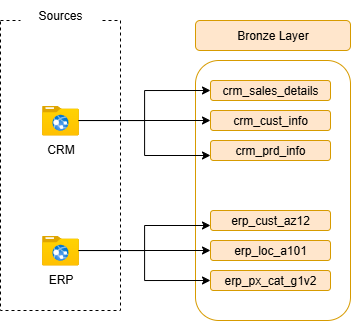
The draw.io diagram docs/Data_Flow_Diagram.drawio.png in SankaiAI/Data-Engineering-Projects, before a commit. Source tidied: cells renumbered, new cells last; positions are measured from the earlier drawing's top-left corner, leaving out a move shared by most shapes.
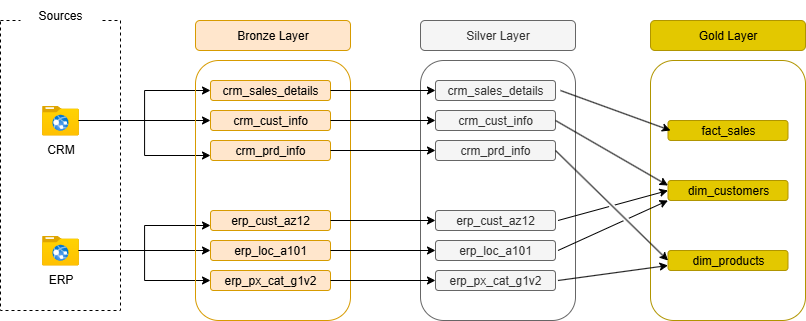
Above is the later version.

Diff of the diagram source:
```diff
@@ -14,47 +14,137 @@
     <mxCell id="5" value="ERP" style="image;html=1;points=[];align=center;fontSize=12;image=img/lib/azure2/general/Folder_Website.svg;" parent="1" vertex="1">
       <mxGeometry x="41.8" y="235" width="36.4" height="30" as="geometry" />
     </mxCell>
+    <mxCell id="14" style="edgeStyle=orthogonalEdgeStyle;rounded=0;jettySize=auto;html=1;entryX=0;entryY=0.75;entryDx=0;entryDy=0;" parent="1" edge="1" source="4" target="10">
+      <mxGeometry relative="1" as="geometry" />
+    </mxCell>
+    <mxCell id="15" style="edgeStyle=orthogonalEdgeStyle;rounded=0;jettySize=auto;html=1;entryX=0;entryY=0.5;entryDx=0;entryDy=0;" parent="1" edge="1" source="4" target="9">
+      <mxGeometry relative="1" as="geometry" />
+    </mxCell>
+    <mxCell id="16" style="edgeStyle=orthogonalEdgeStyle;rounded=0;jettySize=auto;html=1;entryX=0;entryY=0.5;entryDx=0;entryDy=0;" parent="1" edge="1" source="4" target="8">
+      <mxGeometry relative="1" as="geometry" />
+    </mxCell>
+    <mxCell id="17" style="edgeStyle=orthogonalEdgeStyle;rounded=0;jettySize=auto;html=1;entryX=0;entryY=0.75;entryDx=0;entryDy=0;" parent="1" edge="1" source="5" target="11">
+      <mxGeometry relative="1" as="geometry" />
+    </mxCell>
+    <mxCell id="18" style="edgeStyle=orthogonalEdgeStyle;rounded=0;jettySize=auto;html=1;entryX=0;entryY=0.5;entryDx=0;entryDy=0;" parent="1" edge="1" source="5" target="12">
+      <mxGeometry relative="1" as="geometry" />
+    </mxCell>
+    <mxCell id="19" style="edgeStyle=orthogonalEdgeStyle;rounded=0;jettySize=auto;html=1;entryX=0;entryY=0.5;entryDx=0;entryDy=0;" parent="1" edge="1" source="5" target="13">
+      <mxGeometry relative="1" as="geometry" />
+    </mxCell>
+    <mxCell id="20" style="group;" parent="1" vertex="1">
+      <mxGeometry x="195" y="20" width="155" height="300" as="geometry" />
+    </mxCell>
-    <mxCell id="6" value="Bronze Layer" style="rounded=1;whiteSpace=wrap;html=1;fillColor=#ffe6cc;strokeColor=#d79b00;" parent="1" vertex="1">
-      <mxGeometry x="195" y="20" width="155" height="30" as="geometry" />
+    <mxCell id="6" value="Bronze Layer" style="rounded=1;whiteSpace=wrap;html=1;fillColor=#ffe6cc;strokeColor=#d79b00;" parent="20" vertex="1">
+      <mxGeometry width="155" height="30" as="geometry" />
     </mxCell>
-    <mxCell id="7" style="rounded=1;whiteSpace=wrap;html=1;fillColor=none;strokeColor=#d79b00;" parent="1" vertex="1">
-      <mxGeometry x="195" y="60" width="155" height="260" as="geometry" />
+    <mxCell id="7" style="rounded=1;whiteSpace=wrap;html=1;fillColor=none;strokeColor=#d79b00;" parent="20" vertex="1">
+      <mxGeometry y="40" width="155" height="260" as="geometry" />
     </mxCell>
-    <mxCell id="8" value="crm_sales_details" style="rounded=1;whiteSpace=wrap;html=1;fillColor=#ffe6cc;strokeColor=#d79b00;" parent="1" vertex="1">
-      <mxGeometry x="210" y="80" width="120" height="20" as="geometry" />
+    <mxCell id="8" value="crm_sales_details" style="rounded=1;whiteSpace=wrap;html=1;fillColor=#ffe6cc;strokeColor=#d79b00;" parent="20" vertex="1">
+      <mxGeometry x="15" y="60" width="120" height="20" as="geometry" />
     </mxCell>
-    <mxCell id="9" value="crm_cust_info" style="rounded=1;whiteSpace=wrap;html=1;fillColor=#ffe6cc;strokeColor=#d79b00;" parent="1" vertex="1">
-      <mxGeometry x="210" y="110" width="120" height="20" as="geometry" />
+    <mxCell id="9" value="crm_cust_info" style="rounded=1;whiteSpace=wrap;html=1;fillColor=#ffe6cc;strokeColor=#d79b00;" parent="20" vertex="1">
+      <mxGeometry x="15" y="90" width="120" height="20" as="geometry" />
     </mxCell>
-    <mxCell id="10" value="crm_prd_info" style="rounded=1;whiteSpace=wrap;html=1;fillColor=#ffe6cc;strokeColor=#d79b00;" parent="1" vertex="1">
-      <mxGeometry x="210" y="140" width="120" height="20" as="geometry" />
+    <mxCell id="10" value="crm_prd_info" style="rounded=1;whiteSpace=wrap;html=1;fillColor=#ffe6cc;strokeColor=#d79b00;" parent="20" vertex="1">
+      <mxGeometry x="15" y="120" width="120" height="20" as="geometry" />
     </mxCell>
-    <mxCell id="11" value="erp_cust_az12" style="rounded=1;whiteSpace=wrap;html=1;fillColor=#ffe6cc;strokeColor=#d79b00;" parent="1" vertex="1">
-      <mxGeometry x="210" y="210" width="120" height="20" as="geometry" />
+    <mxCell id="11" value="erp_cust_az12" style="rounded=1;whiteSpace=wrap;html=1;fillColor=#ffe6cc;strokeColor=#d79b00;" parent="20" vertex="1">
+      <mxGeometry x="15" y="190" width="120" height="20" as="geometry" />
     </mxCell>
-    <mxCell id="12" value="erp_loc_a101" style="rounded=1;whiteSpace=wrap;html=1;fillColor=#ffe6cc;strokeColor=#d79b00;" parent="1" vertex="1">
-      <mxGeometry x="210" y="240" width="120" height="20" as="geometry" />
+    <mxCell id="12" value="erp_loc_a101" style="rounded=1;whiteSpace=wrap;html=1;fillColor=#ffe6cc;strokeColor=#d79b00;" parent="20" vertex="1">
+      <mxGeometry x="15" y="220" width="120" height="20" as="geometry" />
     </mxCell>
-    <mxCell id="13" value="erp_px_cat_g1v2" style="rounded=1;whiteSpace=wrap;html=1;fillColor=#ffe6cc;strokeColor=#d79b00;" parent="1" vertex="1">
-      <mxGeometry x="210" y="270" width="120" height="20" as="geometry" />
+    <mxCell id="13" value="erp_px_cat_g1v2" style="rounded=1;whiteSpace=wrap;html=1;fillColor=#ffe6cc;strokeColor=#d79b00;" parent="20" vertex="1">
+      <mxGeometry x="15" y="250" width="120" height="20" as="geometry" />
     </mxCell>
-    <mxCell id="14" style="edgeStyle=orthogonalEdgeStyle;rounded=0;jettySize=auto;html=1;entryX=0;entryY=0.75;entryDx=0;entryDy=0;" parent="1" edge="1" source="4" target="10">
-      <mxGeometry relative="1" as="geometry" />
-    </mxCell>
-    <mxCell id="15" style="edgeStyle=orthogonalEdgeStyle;rounded=0;jettySize=auto;html=1;entryX=0;entryY=0.5;entryDx=0;entryDy=0;" parent="1" edge="1" source="4" target="9">
-      <mxGeometry relative="1" as="geometry" />
-    </mxCell>
-    <mxCell id="16" style="edgeStyle=orthogonalEdgeStyle;rounded=0;jettySize=auto;html=1;entryX=0;entryY=0.5;entryDx=0;entryDy=0;" parent="1" edge="1" source="4" target="8">
-      <mxGeometry relative="1" as="geometry" />
-    </mxCell>
-    <mxCell id="17" style="edgeStyle=orthogonalEdgeStyle;rounded=0;jettySize=auto;html=1;entryX=0;entryY=0.75;entryDx=0;entryDy=0;" parent="1" edge="1" source="5" target="11">
-      <mxGeometry relative="1" as="geometry" />
-    </mxCell>
-    <mxCell id="18" style="edgeStyle=orthogonalEdgeStyle;rounded=0;jettySize=auto;html=1;entryX=0;entryY=0.5;entryDx=0;entryDy=0;" parent="1" edge="1" source="5" target="12">
-      <mxGeometry relative="1" as="geometry" />
-    </mxCell>
-    <mxCell id="19" style="edgeStyle=orthogonalEdgeStyle;rounded=0;jettySize=auto;html=1;entryX=0;entryY=0.5;entryDx=0;entryDy=0;" parent="1" edge="1" source="5" target="13">
-      <mxGeometry relative="1" as="geometry" />
-    </mxCell>
+    <mxCell id="21" value="Silver Layer" style="rounded=1;whiteSpace=wrap;html=1;fillColor=#f5f5f5;strokeColor=#666666;fontColor=#333333;" parent="1" vertex="1">
+      <mxGeometry x="420" y="20" width="155" height="30" as="geometry" />
+    </mxCell>
+    <mxCell id="22" style="rounded=1;whiteSpace=wrap;html=1;fillColor=none;strokeColor=#666666;fontColor=#333333;" parent="1" vertex="1">
+      <mxGeometry x="420" y="60" width="155" height="260" as="geometry" />
+    </mxCell>
+    <mxCell id="23" value="crm_sales_details" style="rounded=1;whiteSpace=wrap;html=1;fillColor=#f5f5f5;strokeColor=#666666;fontColor=#333333;" parent="1" vertex="1">
+      <mxGeometry x="435" y="80" width="120" height="20" as="geometry" />
+    </mxCell>
+    <mxCell id="24" value="crm_cust_info" style="rounded=1;whiteSpace=wrap;html=1;fillColor=#f5f5f5;strokeColor=#666666;fontColor=#333333;" parent="1" vertex="1">
+      <mxGeometry x="435" y="110" width="120" height="20" as="geometry" />
+    </mxCell>
+    <mxCell id="25" value="crm_prd_info" style="rounded=1;whiteSpace=wrap;html=1;fillColor=#f5f5f5;strokeColor=#666666;fontColor=#333333;" parent="1" vertex="1">
+      <mxGeometry x="435" y="140" width="120" height="20" as="geometry" />
+    </mxCell>
+    <mxCell id="26" value="erp_cust_az12" style="rounded=1;whiteSpace=wrap;html=1;fillColor=#f5f5f5;strokeColor=#666666;fontColor=#333333;" parent="1" vertex="1">
+      <mxGeometry x="435" y="210" width="120" height="20" as="geometry" />
+    </mxCell>
+    <mxCell id="27" value="erp_loc_a101" style="rounded=1;whiteSpace=wrap;html=1;fillColor=#f5f5f5;strokeColor=#666666;fontColor=#333333;" parent="1" vertex="1">
+      <mxGeometry x="435" y="240" width="120" height="20" as="geometry" />
+    </mxCell>
+    <mxCell id="28" value="erp_px_cat_g1v2" style="rounded=1;whiteSpace=wrap;html=1;fillColor=#f5f5f5;strokeColor=#666666;fontColor=#333333;" parent="1" vertex="1">
+      <mxGeometry x="435" y="270" width="120" height="20" as="geometry" />
+    </mxCell>
+    <mxCell id="29" style="edgeStyle=orthogonalEdgeStyle;rounded=0;jettySize=auto;html=1;exitX=1;exitY=0.5;exitDx=0;exitDy=0;" parent="1" edge="1" source="8" target="23">
+      <mxGeometry relative="1" as="geometry" />
+    </mxCell>
+    <mxCell id="30" style="edgeStyle=orthogonalEdgeStyle;rounded=0;jettySize=auto;html=1;exitX=1;exitY=0.5;exitDx=0;exitDy=0;entryX=0;entryY=0.5;entryDx=0;entryDy=0;" parent="1" edge="1" source="9" target="24">
+      <mxGeometry relative="1" as="geometry" />
+    </mxCell>
+    <mxCell id="31" style="edgeStyle=orthogonalEdgeStyle;rounded=0;jettySize=auto;html=1;exitX=1;exitY=0.5;exitDx=0;exitDy=0;" parent="1" edge="1" source="10" target="25">
+      <mxGeometry relative="1" as="geometry" />
+    </mxCell>
+    <mxCell id="32" style="edgeStyle=orthogonalEdgeStyle;rounded=0;jettySize=auto;html=1;exitX=1;exitY=0.5;exitDx=0;exitDy=0;entryX=0;entryY=0.5;entryDx=0;entryDy=0;" parent="1" edge="1" source="11" target="26">
+      <mxGeometry relative="1" as="geometry" />
+    </mxCell>
+    <mxCell id="33" style="edgeStyle=orthogonalEdgeStyle;rounded=0;jettySize=auto;html=1;exitX=1;exitY=0.5;exitDx=0;exitDy=0;entryX=0;entryY=0.5;entryDx=0;entryDy=0;" parent="1" edge="1" source="12" target="27">
+      <mxGeometry relative="1" as="geometry" />
+    </mxCell>
+    <mxCell id="34" style="edgeStyle=orthogonalEdgeStyle;rounded=0;jettySize=auto;html=1;exitX=1;exitY=0.5;exitDx=0;exitDy=0;entryX=0;entryY=0.5;entryDx=0;entryDy=0;" parent="1" edge="1" source="13" target="28">
+      <mxGeometry relative="1" as="geometry" />
+    </mxCell>
+    <mxCell id="35" value="Gold Layer" style="rounded=1;whiteSpace=wrap;html=1;fillColor=#e3c800;strokeColor=#B09500;fontColor=#000000;" parent="1" vertex="1">
+      <mxGeometry x="650" y="20" width="155" height="30" as="geometry" />
+    </mxCell>
+    <mxCell id="36" style="rounded=1;whiteSpace=wrap;html=1;fillColor=none;strokeColor=#B09500;fontColor=#000000;" parent="1" vertex="1">
+      <mxGeometry x="650" y="60" width="155" height="260" as="geometry" />
+    </mxCell>
+    <mxCell id="37" value="fact_sales" style="rounded=1;whiteSpace=wrap;html=1;fillColor=#e3c800;strokeColor=#B09500;fontColor=#000000;" parent="1" vertex="1">
+      <mxGeometry x="667.5" y="120" width="120" height="20" as="geometry" />
+    </mxCell>
+    <mxCell id="38" value="dim_customers" style="rounded=1;whiteSpace=wrap;html=1;fillColor=#e3c800;strokeColor=#B09500;fontColor=#000000;" parent="1" vertex="1">
+      <mxGeometry x="667.5" y="180" width="120" height="20" as="geometry" />
+    </mxCell>
+    <mxCell id="39" value="dim_products" style="rounded=1;whiteSpace=wrap;html=1;fillColor=#e3c800;strokeColor=#B09500;fontColor=#000000;" parent="1" vertex="1">
+      <mxGeometry x="667.5" y="250" width="120" height="20" as="geometry" />
+    </mxCell>
+    <mxCell id="40" style="endArrow=classic;html=1;rounded=0;entryX=0.129;entryY=0.269;entryDx=0;entryDy=0;entryPerimeter=0;" parent="1" edge="1" target="36">
+      <mxGeometry relative="1" as="geometry">
+        <mxPoint x="560" y="90" as="sourcePoint" />
+      </mxGeometry>
+    </mxCell>
+    <mxCell id="41" style="endArrow=classic;html=1;rounded=0;entryX=0;entryY=0.25;entryDx=0;entryDy=0;" parent="1" edge="1" target="38">
+      <mxGeometry relative="1" as="geometry">
+        <mxPoint x="555" y="120" as="sourcePoint" />
+      </mxGeometry>
+    </mxCell>
+    <mxCell id="42" style="endArrow=classic;html=1;rounded=0;entryX=0;entryY=0.5;entryDx=0;entryDy=0;jumpStyle=gap;" parent="1" edge="1" target="39">
+      <mxGeometry relative="1" as="geometry">
+        <mxPoint x="555" y="150" as="sourcePoint" />
+      </mxGeometry>
+    </mxCell>
+    <mxCell id="43" style="endArrow=classic;html=1;rounded=0;entryX=0;entryY=0.5;entryDx=0;entryDy=0;jumpStyle=gap;" parent="1" edge="1" target="38">
+      <mxGeometry relative="1" as="geometry">
+        <mxPoint x="557.5" y="220" as="sourcePoint" />
+      </mxGeometry>
+    </mxCell>
+    <mxCell id="44" style="endArrow=classic;html=1;rounded=0;entryX=0;entryY=1;entryDx=0;entryDy=0;jumpStyle=gap;" parent="1" edge="1" target="38">
+      <mxGeometry relative="1" as="geometry">
+        <mxPoint x="557.5" y="250" as="sourcePoint" />
+      </mxGeometry>
+    </mxCell>
+    <mxCell id="45" style="endArrow=classic;html=1;rounded=0;entryX=0;entryY=0.75;entryDx=0;entryDy=0;jumpStyle=gap;" parent="1" edge="1" target="39">
+      <mxGeometry relative="1" as="geometry">
+        <mxPoint x="557.5" y="280" as="sourcePoint" />
+      </mxGeometry>
+    </mxCell>
   </root>
 </mxGraphModel>
```
